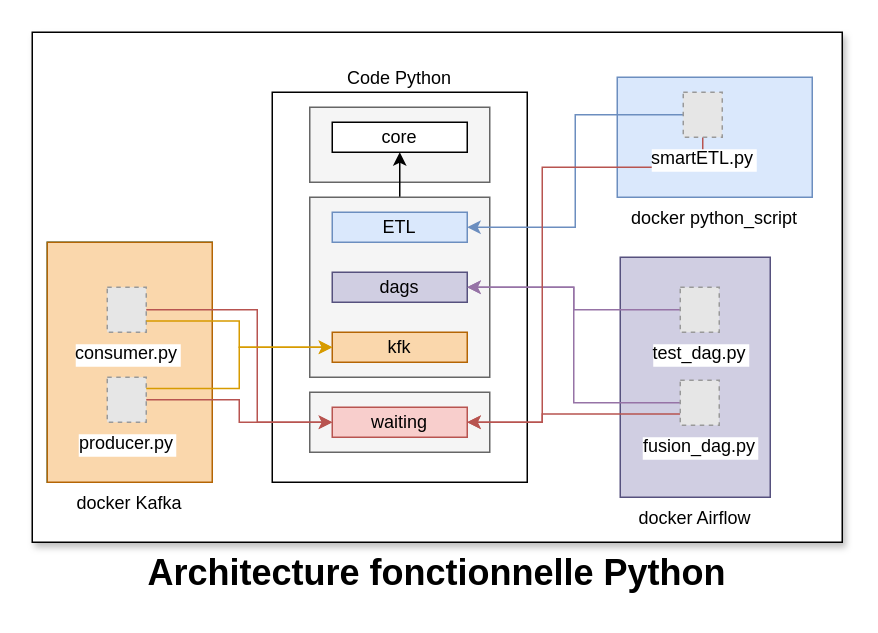
Above: page "python" (5 of 8) of doc/schemas/schema-composants.drawio in AntoineValette/projet_industriel (draw.io), before the change. Source tidied: cells renumbered, new cells numbered last; positions are measured from the earlier drawing's top-left corner, leaving out a move shared by most shapes. Both pictures are drawn from the tidied source at 150%, with x=0, y=0 at pixel (32, 32). Pictures stored in the file or linked from it are replaced by grey dashed boxes.
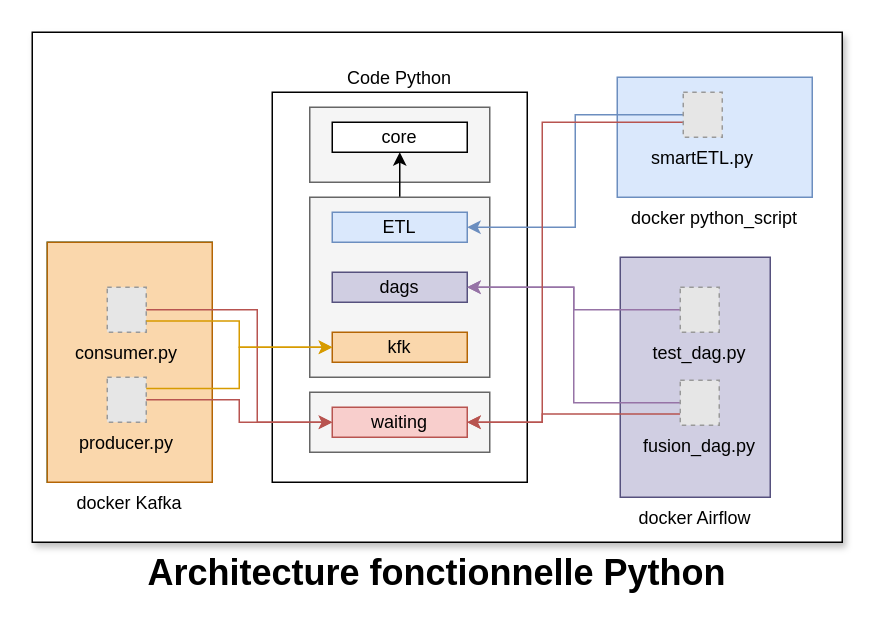
The same page after the edit.

Unchanged cells that the change refers to:
```xml
<mxCell id="5" style="group;" parent="2" vertex="1">
  <mxGeometry x="10" y="30" width="510" height="330" as="geometry" />
</mxCell>
<mxCell id="15" value="waiting" style="whiteSpace=wrap;html=1;fillColor=#f8cecc;strokeColor=#b85450;" parent="5" vertex="1">
  <mxGeometry x="190" y="220" width="90" height="20" as="geometry" />
</mxCell>
<mxCell id="26" style="group;fillColor=#b0e3e6;strokeColor=#0e8088;" parent="5" vertex="1">
  <mxGeometry y="110" width="110" height="160" as="geometry" />
</mxCell>
```

Diff of the diagram source:
```diff
@@
-    <mxCell id="18" value="test_dag.py" style="fillColor=#E6E6E6;strokeColor=#999999;dashed=1;verticalLabelPosition=bottom;labelBackgroundColor=default;verticalAlign=top;" parent="5" vertex="1">
+    <mxCell id="18" value="test_dag.py" style="fillColor=#E6E6E6;strokeColor=#999999;dashed=1;verticalLabelPosition=bottom;labelBackgroundColor=none;verticalAlign=top;" parent="5" vertex="1">
       <mxGeometry x="422" y="140" width="26" height="30" as="geometry" />
     </mxCell>
@@
-    <mxCell id="21" value="fusion_dag.py" style="fillColor=#E6E6E6;strokeColor=#999999;dashed=1;verticalLabelPosition=bottom;labelBackgroundColor=default;verticalAlign=top;" parent="5" vertex="1">
+    <mxCell id="21" value="fusion_dag.py" style="fillColor=#E6E6E6;strokeColor=#999999;dashed=1;verticalLabelPosition=bottom;labelBackgroundColor=none;verticalAlign=top;" parent="5" vertex="1">
       <mxGeometry x="422" y="202" width="26" height="30" as="geometry" />
     </mxCell>
@@
     <mxCell id="24" style="edgeStyle=orthogonalEdgeStyle;rounded=0;jettySize=auto;html=1;entryX=1;entryY=0.5;entryDx=0;entryDy=0;fontColor=#3333FF;strokeColor=#b85450;fillColor=#f8cecc;" parent="5" edge="1" source="25" target="15">
       <mxGeometry relative="1" as="geometry">
         <Array as="points">
-          <mxPoint x="437" y="60" />
-          <mxPoint x="330" y="60" />
+          <mxPoint x="330" y="30" />
           <mxPoint x="330" y="230" />
         </Array>
       </mxGeometry>
     </mxCell>
-    <mxCell id="25" value="smartETL.py" style="fillColor=#E6E6E6;strokeColor=#999999;dashed=1;verticalLabelPosition=bottom;labelBackgroundColor=default;verticalAlign=top;" parent="5" vertex="1">
+    <mxCell id="25" value="smartETL.py" style="fillColor=#E6E6E6;strokeColor=#999999;dashed=1;verticalLabelPosition=bottom;labelBackgroundColor=none;verticalAlign=top;" parent="5" vertex="1">
       <mxGeometry x="424" y="10" width="26" height="30" as="geometry" />
     </mxCell>
@@
-    <mxCell id="28" value="consumer.py" style="fillColor=#E6E6E6;strokeColor=#999999;dashed=1;verticalLabelPosition=bottom;labelBackgroundColor=default;verticalAlign=top;" parent="26" vertex="1">
+    <mxCell id="28" value="consumer.py" style="fillColor=#E6E6E6;strokeColor=#999999;dashed=1;verticalLabelPosition=bottom;labelBackgroundColor=none;verticalAlign=top;" parent="26" vertex="1">
       <mxGeometry x="40" y="30" width="26" height="30" as="geometry" />
     </mxCell>
-    <mxCell id="29" value="producer.py" style="fillColor=#E6E6E6;strokeColor=#999999;dashed=1;verticalLabelPosition=bottom;labelBackgroundColor=default;verticalAlign=top;" parent="26" vertex="1">
+    <mxCell id="29" value="producer.py" style="fillColor=#E6E6E6;strokeColor=#999999;dashed=1;verticalLabelPosition=bottom;labelBackgroundColor=none;verticalAlign=top;" parent="26" vertex="1">
       <mxGeometry x="40" y="90" width="26" height="30" as="geometry" />
     </mxCell>
```
